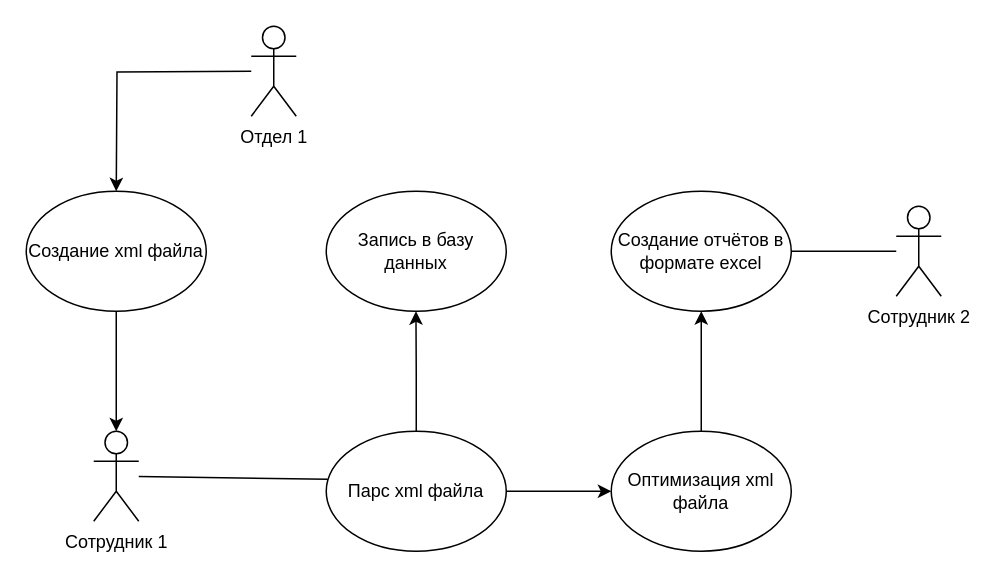
Earlier version of the draw.io diagram Диплом.drawio (Vecelchak/Homework). Source tidied: cells renumbered, new cells numbered last; positions are measured from the earlier drawing's top-left corner, leaving out a move shared by most shapes. Both pictures are drawn from the tidied source at 150%, with x=0, y=0 at pixel (26, 26).
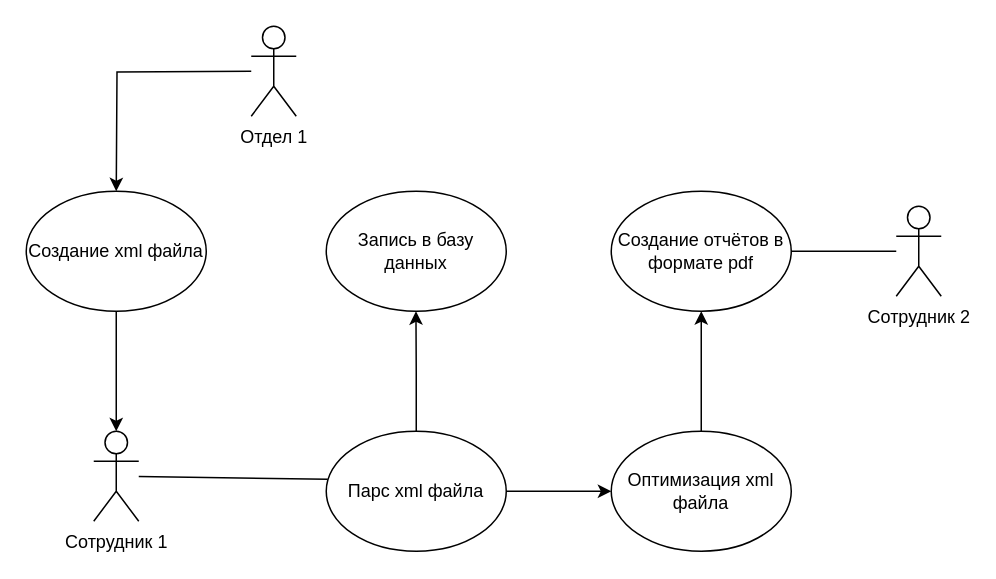
Above is the later version.

What changed in the source:
```diff
@@
-    <mxCell id="14" value="Создание отчётов в формате excel" style="ellipse;whiteSpace=wrap;html=1;" parent="1" vertex="1">
+    <mxCell id="14" value="Создание отчётов в формате pdf" style="ellipse;whiteSpace=wrap;html=1;" parent="1" vertex="1">
       <mxGeometry x="390" y="110" width="120" height="80" as="geometry" />
     </mxCell>
```
